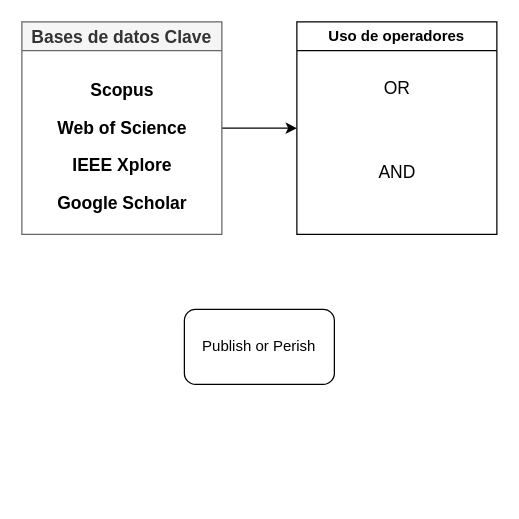
Above: Diapo2.drawio in luisedchaf/Drawio (draw.io), before the change. Source tidied: cells renumbered, new cells numbered last; positions are measured from the earlier drawing's top-left corner, leaving out a move shared by most shapes. Both pictures are drawn from the tidied source at 125%, with x=0, y=0 at pixel (21, 21).
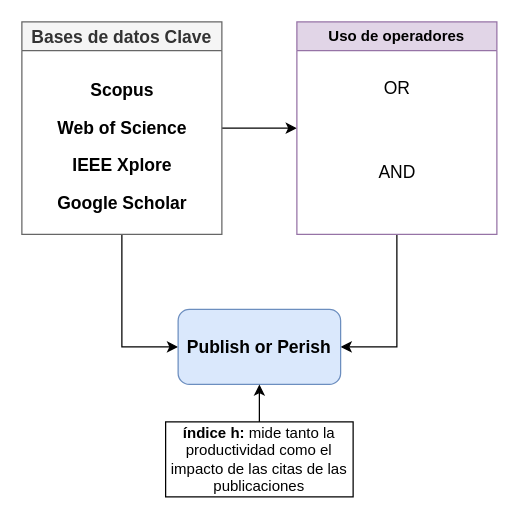
Above is the later version.

The edit, as a diff of the source:
```diff
@@
 <mxGraphModel>
   <root>
     <mxCell id="0" />
     <mxCell id="1" parent="0" />
     <mxCell id="2" style="edgeStyle=orthogonalEdgeStyle;rounded=0;jettySize=auto;html=1;entryX=0;entryY=0.5;entryDx=0;entryDy=0;" parent="1" edge="1" source="3" target="8">
       <mxGeometry relative="1" as="geometry" />
     </mxCell>
+    <mxCell id="11" style="edgeStyle=orthogonalEdgeStyle;rounded=0;jettySize=auto;html=1;entryX=0;entryY=0.5;entryDx=0;entryDy=0;" parent="1" edge="1" source="3" target="10">
+      <mxGeometry relative="1" as="geometry" />
+    </mxCell>
     <mxCell id="3" value="Bases de datos Clave" style="swimlane;whiteSpace=wrap;html=1;fontSize=14;align=center;fillColor=#f5f5f5;fontColor=#333333;strokeColor=#666666;" parent="1" vertex="1">
       <mxGeometry width="160" height="170" as="geometry" />
     </mxCell>
     <mxCell id="4" value="Scopus" style="text;html=1;align=center;verticalAlign=middle;strokeColor=none;fillColor=none;fontStyle=1;fontSize=14;" parent="3" vertex="1">
       <mxGeometry x="45" y="40" width="70" height="30" as="geometry" />
     </mxCell>
     <mxCell id="5" value="Web of Science" style="text;html=1;align=center;verticalAlign=middle;strokeColor=none;fillColor=none;fontStyle=1;fontSize=14;" parent="3" vertex="1">
       <mxGeometry x="20" y="70" width="120" height="30" as="geometry" />
     </mxCell>
     <mxCell id="6" value="IEEE Xplore" style="text;html=1;align=center;verticalAlign=middle;strokeColor=none;fillColor=none;fontStyle=1;fontSize=14;" parent="3" vertex="1">
       <mxGeometry x="30" y="100" width="100" height="30" as="geometry" />
     </mxCell>
     <mxCell id="7" value="Google Scholar" style="text;html=1;align=center;verticalAlign=middle;strokeColor=none;fillColor=none;fontStyle=1;fontSize=14;" parent="3" vertex="1">
       <mxGeometry x="20" y="130" width="120" height="30" as="geometry" />
     </mxCell>
+    <mxCell id="12" style="edgeStyle=orthogonalEdgeStyle;rounded=0;jettySize=auto;html=1;exitX=0.5;exitY=1;exitDx=0;exitDy=0;entryX=1;entryY=0.5;entryDx=0;entryDy=0;" parent="1" edge="1" source="8" target="10">
+      <mxGeometry relative="1" as="geometry" />
+    </mxCell>
-    <mxCell id="8" value="Uso de operadores" style="swimlane;whiteSpace=wrap;html=1;" parent="1" vertex="1">
+    <mxCell id="8" value="Uso de operadores" style="swimlane;whiteSpace=wrap;html=1;fillColor=#e1d5e7;strokeColor=#9673a6;" parent="1" vertex="1">
       <mxGeometry x="220" width="160" height="170" as="geometry" />
     </mxCell>
     <mxCell id="9" value="OR&lt;div&gt;&lt;br&gt;&lt;/div&gt;&lt;div&gt;&lt;br&gt;&lt;/div&gt;&lt;div&gt;&lt;br&gt;AND&lt;br&gt;&lt;br&gt;&lt;/div&gt;" style="text;html=1;align=center;verticalAlign=middle;strokeColor=none;fillColor=none;fontSize=14;fontStyle=0;" parent="8" vertex="1">
       <mxGeometry x="55" y="40" width="50" height="110" as="geometry" />
     </mxCell>
-    <mxCell id="10" value="Publish or Perish" style="rounded=1;whiteSpace=wrap;html=1;" parent="1" vertex="1">
-      <mxGeometry x="130" y="230" width="120" height="60" as="geometry" />
+    <mxCell id="10" value="Publish or Perish" style="rounded=1;whiteSpace=wrap;html=1;fontSize=14;fontStyle=1;fillColor=#dae8fc;strokeColor=#6c8ebf;" parent="1" vertex="1">
+      <mxGeometry x="125" y="230" width="130" height="60" as="geometry" />
     </mxCell>
+    <mxCell id="13" style="edgeStyle=orthogonalEdgeStyle;rounded=0;jettySize=auto;html=1;" parent="1" edge="1" source="14" target="10">
+      <mxGeometry relative="1" as="geometry" />
+    </mxCell>
+    <mxCell id="14" value="&lt;b&gt;índice h:&lt;/b&gt; mide tanto la productividad como el impacto de las citas de las publicaciones" style="rounded=0;whiteSpace=wrap;html=1;" parent="1" vertex="1">
+      <mxGeometry x="115" y="320" width="150" height="60" as="geometry" />
+    </mxCell>
   </root>
 </mxGraphModel>
```
